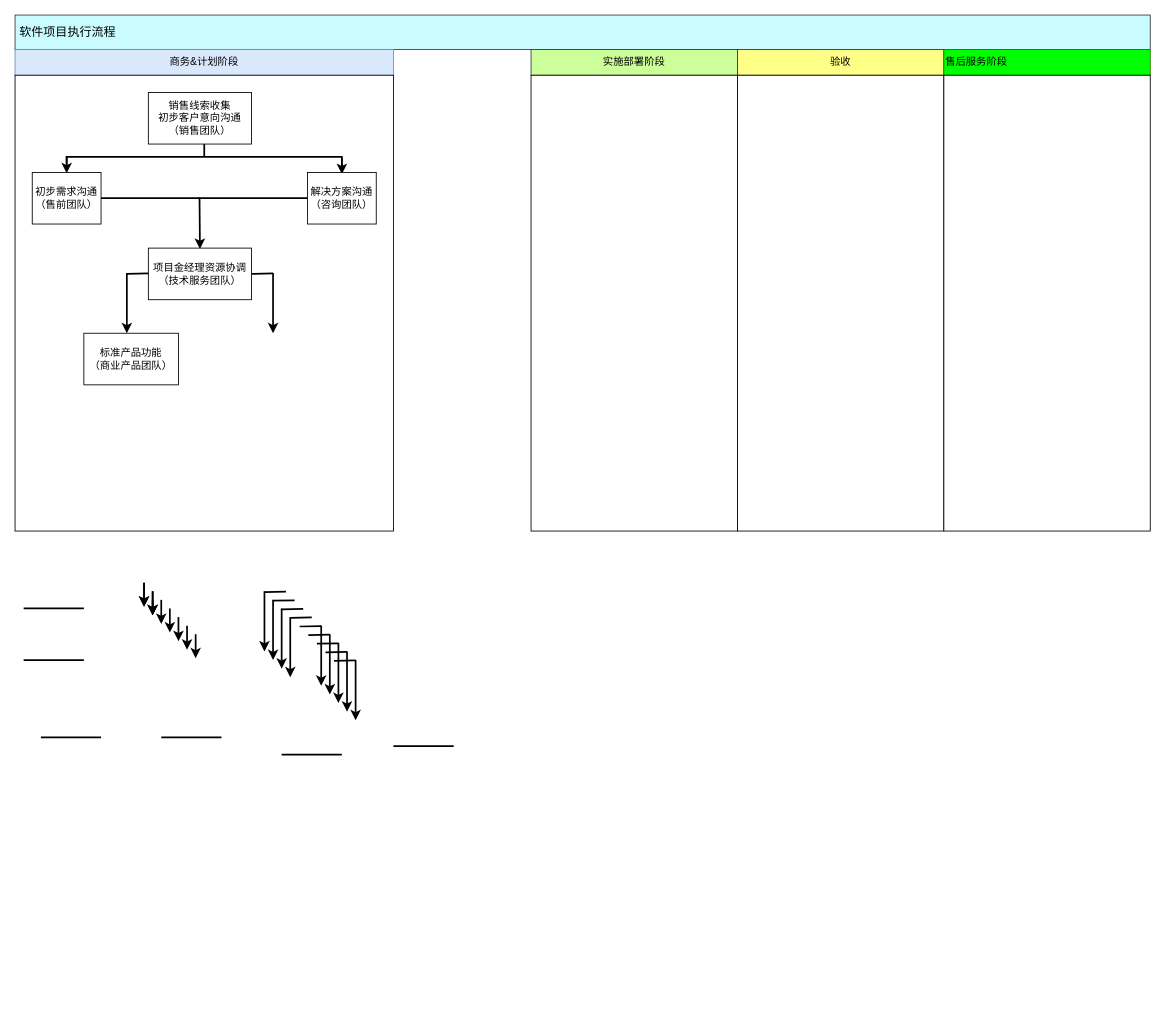
This is 未命名绘图.drawio from pingxinerlun/Demo, a draw.io file, before an edit. Source tidied: cells renumbered, new cells numbered last; positions are measured from the earlier drawing's top-left corner, leaving out a move shared by most shapes. Both pictures are drawn from the tidied source at 86%, with x=0, y=0 at pixel (15, 15).
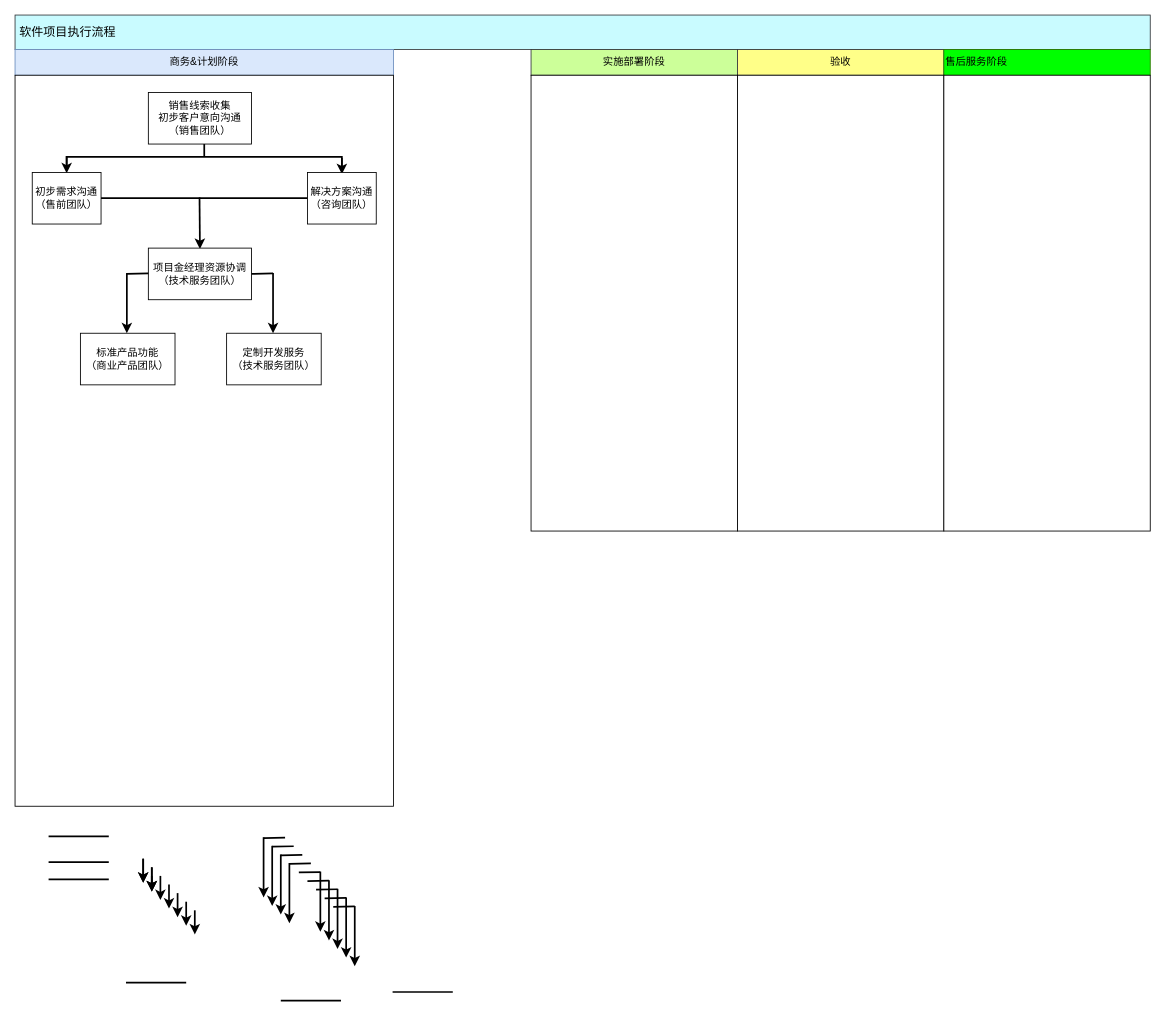
After the change.

The edit, as a diff of the source:
```diff
@@
     <mxCell id="7" style="rounded=0;whiteSpace=wrap;html=1;align=left;fillColor=#FFFFFF;" parent="1" vertex="1">
-      <mxGeometry y="70" width="440" height="530" as="geometry" />
+      <mxGeometry y="70" width="440" height="850" as="geometry" />
     </mxCell>
@@
     <mxCell id="16" style="endArrow=classic;html=1;endSize=6;strokeWidth=2;" parent="1" edge="1">
       <mxGeometry relative="1" as="geometry">
-        <mxPoint x="150" y="660" as="sourcePoint" />
-        <mxPoint x="150" y="688" as="targetPoint" />
+        <mxPoint x="149" y="981" as="sourcePoint" />
+        <mxPoint x="149" y="1009" as="targetPoint" />
       </mxGeometry>
     </mxCell>
     <mxCell id="17" style="endArrow=classic;html=1;endSize=6;strokeWidth=2;" parent="1" edge="1">
       <mxGeometry relative="1" as="geometry">
-        <mxPoint x="160" y="680" as="sourcePoint" />
-        <mxPoint x="160" y="698" as="targetPoint" />
+        <mxPoint x="159" y="1001" as="sourcePoint" />
+        <mxPoint x="159" y="1019" as="targetPoint" />
       </mxGeometry>
     </mxCell>
@@
     <mxCell id="21" style="endArrow=classic;html=1;endSize=6;strokeWidth=2;" parent="1" edge="1">
       <mxGeometry relative="1" as="geometry">
-        <mxPoint x="150" y="660" as="sourcePoint" />
-        <mxPoint x="150" y="688" as="targetPoint" />
+        <mxPoint x="149" y="981" as="sourcePoint" />
+        <mxPoint x="149" y="1009" as="targetPoint" />
       </mxGeometry>
     </mxCell>
@@
     <mxCell id="24" style="endArrow=classic;html=1;endSize=6;strokeWidth=2;" parent="1" edge="1">
       <mxGeometry relative="1" as="geometry">
-        <mxPoint x="160" y="670" as="sourcePoint" />
-        <mxPoint x="160" y="698" as="targetPoint" />
+        <mxPoint x="159" y="991" as="sourcePoint" />
+        <mxPoint x="159" y="1019" as="targetPoint" />
       </mxGeometry>
     </mxCell>
     <mxCell id="25" style="endArrow=classic;html=1;endSize=6;strokeWidth=2;" parent="1" edge="1">
       <mxGeometry relative="1" as="geometry">
-        <mxPoint x="170" y="680" as="sourcePoint" />
-        <mxPoint x="170" y="708" as="targetPoint" />
+        <mxPoint x="169" y="1001" as="sourcePoint" />
+        <mxPoint x="169" y="1029" as="targetPoint" />
       </mxGeometry>
     </mxCell>
     <mxCell id="26" style="endArrow=classic;html=1;endSize=6;strokeWidth=2;" parent="1" edge="1">
       <mxGeometry relative="1" as="geometry">
-        <mxPoint x="180" y="690" as="sourcePoint" />
-        <mxPoint x="180" y="718" as="targetPoint" />
+        <mxPoint x="179" y="1011" as="sourcePoint" />
+        <mxPoint x="179" y="1039" as="targetPoint" />
       </mxGeometry>
     </mxCell>
     <mxCell id="27" style="endArrow=classic;html=1;endSize=6;strokeWidth=2;" parent="1" edge="1">
       <mxGeometry relative="1" as="geometry">
-        <mxPoint x="190" y="700" as="sourcePoint" />
-        <mxPoint x="190" y="728" as="targetPoint" />
+        <mxPoint x="189" y="1021" as="sourcePoint" />
+        <mxPoint x="189" y="1049" as="targetPoint" />
       </mxGeometry>
     </mxCell>
     <mxCell id="28" style="endArrow=classic;html=1;endSize=6;strokeWidth=2;" parent="1" edge="1">
       <mxGeometry relative="1" as="geometry">
-        <mxPoint x="200" y="710" as="sourcePoint" />
-        <mxPoint x="200" y="738" as="targetPoint" />
+        <mxPoint x="199" y="1031" as="sourcePoint" />
+        <mxPoint x="199" y="1059" as="targetPoint" />
       </mxGeometry>
     </mxCell>
     <mxCell id="29" style="endArrow=classic;html=1;endSize=6;strokeWidth=2;" parent="1" edge="1">
       <mxGeometry relative="1" as="geometry">
-        <mxPoint x="210" y="720" as="sourcePoint" />
-        <mxPoint x="210" y="748" as="targetPoint" />
+        <mxPoint x="209" y="1041" as="sourcePoint" />
+        <mxPoint x="209" y="1069" as="targetPoint" />
       </mxGeometry>
     </mxCell>
@@
     <mxCell id="31" style="endArrow=none;html=1;strokeWidth=2;" parent="1" edge="1">
       <mxGeometry relative="1" as="geometry">
-        <mxPoint x="30" y="840" as="sourcePoint" />
-        <mxPoint x="100" y="840" as="targetPoint" />
+        <mxPoint x="39" y="985" as="sourcePoint" />
+        <mxPoint x="109" y="985" as="targetPoint" />
       </mxGeometry>
     </mxCell>
     <mxCell id="32" style="endArrow=none;html=1;strokeWidth=2;" parent="1" edge="1">
       <mxGeometry relative="1" as="geometry">
-        <mxPoint x="440" y="850" as="sourcePoint" />
-        <mxPoint x="510" y="850" as="targetPoint" />
+        <mxPoint x="439" y="1136" as="sourcePoint" />
+        <mxPoint x="509" y="1136" as="targetPoint" />
       </mxGeometry>
     </mxCell>
     <mxCell id="33" style="endArrow=none;html=1;strokeWidth=2;" parent="1" edge="1">
       <mxGeometry relative="1" as="geometry">
-        <mxPoint x="310" y="860" as="sourcePoint" />
-        <mxPoint x="380" y="860" as="targetPoint" />
+        <mxPoint x="309" y="1146" as="sourcePoint" />
+        <mxPoint x="379" y="1146" as="targetPoint" />
       </mxGeometry>
     </mxCell>
     <mxCell id="34" style="endArrow=none;html=1;strokeWidth=2;" parent="1" edge="1">
       <mxGeometry relative="1" as="geometry">
-        <mxPoint x="170" y="840" as="sourcePoint" />
-        <mxPoint x="240" y="840" as="targetPoint" />
+        <mxPoint x="129" y="1125" as="sourcePoint" />
+        <mxPoint x="199" y="1125" as="targetPoint" />
       </mxGeometry>
     </mxCell>
     <mxCell id="35" style="endArrow=none;html=1;strokeWidth=2;" parent="1" edge="1">
       <mxGeometry relative="1" as="geometry">
-        <mxPoint x="10" y="750" as="sourcePoint" />
-        <mxPoint x="80" y="750" as="targetPoint" />
+        <mxPoint x="39" y="955" as="sourcePoint" />
+        <mxPoint x="109" y="955" as="targetPoint" />
       </mxGeometry>
     </mxCell>
     <mxCell id="36" style="endArrow=none;html=1;strokeWidth=2;" parent="1" edge="1">
       <mxGeometry relative="1" as="geometry">
-        <mxPoint x="10" y="690" as="sourcePoint" />
-        <mxPoint x="80" y="690" as="targetPoint" />
+        <mxPoint x="39" y="1005" as="sourcePoint" />
+        <mxPoint x="109" y="1005" as="targetPoint" />
       </mxGeometry>
     </mxCell>
     <mxCell id="37" style="endArrow=classic;html=1;endSize=6;strokeWidth=2;" parent="1" edge="1">
       <mxGeometry relative="1" as="geometry">
-        <mxPoint x="160" y="670" as="sourcePoint" />
-        <mxPoint x="160" y="698" as="targetPoint" />
+        <mxPoint x="159" y="991" as="sourcePoint" />
+        <mxPoint x="159" y="1019" as="targetPoint" />
       </mxGeometry>
     </mxCell>
     <mxCell id="38" style="endArrow=classic;html=1;endSize=6;strokeWidth=2;" parent="1" edge="1">
       <mxGeometry relative="1" as="geometry">
-        <mxPoint x="290" y="670" as="sourcePoint" />
-        <mxPoint x="290" y="740" as="targetPoint" />
+        <mxPoint x="289" y="956" as="sourcePoint" />
+        <mxPoint x="289" y="1026" as="targetPoint" />
       </mxGeometry>
     </mxCell>
     <mxCell id="39" style="endArrow=none;html=1;strokeWidth=2;" parent="1" edge="1">
       <mxGeometry relative="1" as="geometry">
-        <mxPoint x="290" y="671" as="sourcePoint" />
-        <mxPoint x="315" y="670.5" as="targetPoint" />
+        <mxPoint x="289" y="957" as="sourcePoint" />
+        <mxPoint x="314" y="956.5" as="targetPoint" />
       </mxGeometry>
     </mxCell>
     <mxCell id="40" style="endArrow=classic;html=1;endSize=6;strokeWidth=2;" parent="1" edge="1">
       <mxGeometry relative="1" as="geometry">
-        <mxPoint x="300" y="680" as="sourcePoint" />
-        <mxPoint x="300" y="750" as="targetPoint" />
+        <mxPoint x="299" y="966" as="sourcePoint" />
+        <mxPoint x="299" y="1036" as="targetPoint" />
       </mxGeometry>
     </mxCell>
     <mxCell id="41" style="endArrow=none;html=1;strokeWidth=2;" parent="1" edge="1">
       <mxGeometry relative="1" as="geometry">
-        <mxPoint x="300" y="681" as="sourcePoint" />
-        <mxPoint x="325" y="680.5" as="targetPoint" />
+        <mxPoint x="299" y="967" as="sourcePoint" />
+        <mxPoint x="324" y="966.5" as="targetPoint" />
       </mxGeometry>
     </mxCell>
     <mxCell id="42" style="endArrow=classic;html=1;endSize=6;strokeWidth=2;" parent="1" edge="1">
       <mxGeometry relative="1" as="geometry">
-        <mxPoint x="310" y="690" as="sourcePoint" />
-        <mxPoint x="310" y="760" as="targetPoint" />
+        <mxPoint x="309" y="976" as="sourcePoint" />
+        <mxPoint x="309" y="1046" as="targetPoint" />
       </mxGeometry>
     </mxCell>
     <mxCell id="43" style="endArrow=none;html=1;strokeWidth=2;" parent="1" edge="1">
       <mxGeometry relative="1" as="geometry">
-        <mxPoint x="310" y="691" as="sourcePoint" />
-        <mxPoint x="335" y="690.5" as="targetPoint" />
+        <mxPoint x="309" y="977" as="sourcePoint" />
+        <mxPoint x="334" y="976.5" as="targetPoint" />
       </mxGeometry>
     </mxCell>
     <mxCell id="44" style="endArrow=classic;html=1;endSize=6;strokeWidth=2;" parent="1" edge="1">
       <mxGeometry relative="1" as="geometry">
-        <mxPoint x="320" y="700" as="sourcePoint" />
-        <mxPoint x="320" y="770" as="targetPoint" />
+        <mxPoint x="319" y="986" as="sourcePoint" />
+        <mxPoint x="319" y="1056" as="targetPoint" />
       </mxGeometry>
     </mxCell>
     <mxCell id="45" style="endArrow=none;html=1;strokeWidth=2;" parent="1" edge="1">
       <mxGeometry relative="1" as="geometry">
-        <mxPoint x="320" y="701" as="sourcePoint" />
-        <mxPoint x="345" y="700.5" as="targetPoint" />
+        <mxPoint x="319" y="987" as="sourcePoint" />
+        <mxPoint x="344" y="986.5" as="targetPoint" />
       </mxGeometry>
     </mxCell>
     <mxCell id="46" style="endArrow=classic;html=1;endSize=6;strokeWidth=2;" parent="1" edge="1">
       <mxGeometry relative="1" as="geometry">
-        <mxPoint x="356" y="710" as="sourcePoint" />
-        <mxPoint x="356" y="780" as="targetPoint" />
+        <mxPoint x="355" y="996" as="sourcePoint" />
+        <mxPoint x="355" y="1066" as="targetPoint" />
       </mxGeometry>
     </mxCell>
     <mxCell id="47" style="endArrow=none;html=1;strokeWidth=2;" parent="1" edge="1">
       <mxGeometry relative="1" as="geometry">
-        <mxPoint x="331" y="711" as="sourcePoint" />
-        <mxPoint x="356" y="710.5" as="targetPoint" />
+        <mxPoint x="330" y="997" as="sourcePoint" />
+        <mxPoint x="355" y="996.5" as="targetPoint" />
       </mxGeometry>
     </mxCell>
     <mxCell id="48" style="endArrow=classic;html=1;endSize=6;strokeWidth=2;" parent="1" edge="1">
       <mxGeometry relative="1" as="geometry">
-        <mxPoint x="366" y="720" as="sourcePoint" />
-        <mxPoint x="366" y="790" as="targetPoint" />
+        <mxPoint x="365" y="1006" as="sourcePoint" />
+        <mxPoint x="365" y="1076" as="targetPoint" />
       </mxGeometry>
     </mxCell>
     <mxCell id="49" style="endArrow=none;html=1;strokeWidth=2;" parent="1" edge="1">
       <mxGeometry relative="1" as="geometry">
-        <mxPoint x="341" y="721" as="sourcePoint" />
-        <mxPoint x="366" y="720.5" as="targetPoint" />
+        <mxPoint x="340" y="1007" as="sourcePoint" />
+        <mxPoint x="365" y="1006.5" as="targetPoint" />
       </mxGeometry>
     </mxCell>
     <mxCell id="50" style="endArrow=classic;html=1;endSize=6;strokeWidth=2;" parent="1" edge="1">
       <mxGeometry relative="1" as="geometry">
-        <mxPoint x="376" y="730" as="sourcePoint" />
-        <mxPoint x="376" y="800" as="targetPoint" />
+        <mxPoint x="375" y="1016" as="sourcePoint" />
+        <mxPoint x="375" y="1086" as="targetPoint" />
       </mxGeometry>
     </mxCell>
     <mxCell id="51" style="endArrow=none;html=1;strokeWidth=2;" parent="1" edge="1">
       <mxGeometry relative="1" as="geometry">
-        <mxPoint x="351" y="731" as="sourcePoint" />
-        <mxPoint x="376" y="730.5" as="targetPoint" />
+        <mxPoint x="350" y="1017" as="sourcePoint" />
+        <mxPoint x="375" y="1016.5" as="targetPoint" />
       </mxGeometry>
     </mxCell>
     <mxCell id="52" style="endArrow=classic;html=1;endSize=6;strokeWidth=2;" parent="1" edge="1">
       <mxGeometry relative="1" as="geometry">
-        <mxPoint x="386" y="740" as="sourcePoint" />
-        <mxPoint x="386" y="810" as="targetPoint" />
+        <mxPoint x="385" y="1026" as="sourcePoint" />
+        <mxPoint x="385" y="1096" as="targetPoint" />
       </mxGeometry>
     </mxCell>
     <mxCell id="53" style="endArrow=none;html=1;strokeWidth=2;" parent="1" edge="1">
       <mxGeometry relative="1" as="geometry">
-        <mxPoint x="361" y="741" as="sourcePoint" />
-        <mxPoint x="386" y="740.5" as="targetPoint" />
+        <mxPoint x="360" y="1027" as="sourcePoint" />
+        <mxPoint x="385" y="1026.5" as="targetPoint" />
       </mxGeometry>
     </mxCell>
     <mxCell id="54" style="endArrow=classic;html=1;endSize=6;strokeWidth=2;" parent="1" edge="1">
       <mxGeometry relative="1" as="geometry">
-        <mxPoint x="396" y="750" as="sourcePoint" />
-        <mxPoint x="396" y="820" as="targetPoint" />
+        <mxPoint x="395" y="1036" as="sourcePoint" />
+        <mxPoint x="395" y="1106" as="targetPoint" />
       </mxGeometry>
     </mxCell>
     <mxCell id="55" style="endArrow=none;html=1;strokeWidth=2;" parent="1" edge="1">
       <mxGeometry relative="1" as="geometry">
-        <mxPoint x="371" y="751" as="sourcePoint" />
-        <mxPoint x="396" y="750.5" as="targetPoint" />
+        <mxPoint x="370" y="1037" as="sourcePoint" />
+        <mxPoint x="395" y="1036.5" as="targetPoint" />
       </mxGeometry>
     </mxCell>
@@
     <mxCell id="58" value="标准产品功能&lt;br&gt;（商业产品团队）" style="rounded=0;whiteSpace=wrap;html=1;fillColor=#FFFFFF;align=center;" parent="1" vertex="1">
-      <mxGeometry x="80" y="370" width="110" height="60" as="geometry" />
+      <mxGeometry x="76" y="370" width="110" height="60" as="geometry" />
     </mxCell>
+    <mxCell id="59" value="定制开发服务&lt;br&gt;（技术服务团队）" style="rounded=0;whiteSpace=wrap;html=1;fillColor=#FFFFFF;align=center;" parent="1" vertex="1">
+      <mxGeometry x="246" y="370" width="110" height="60" as="geometry" />
+    </mxCell>
```
